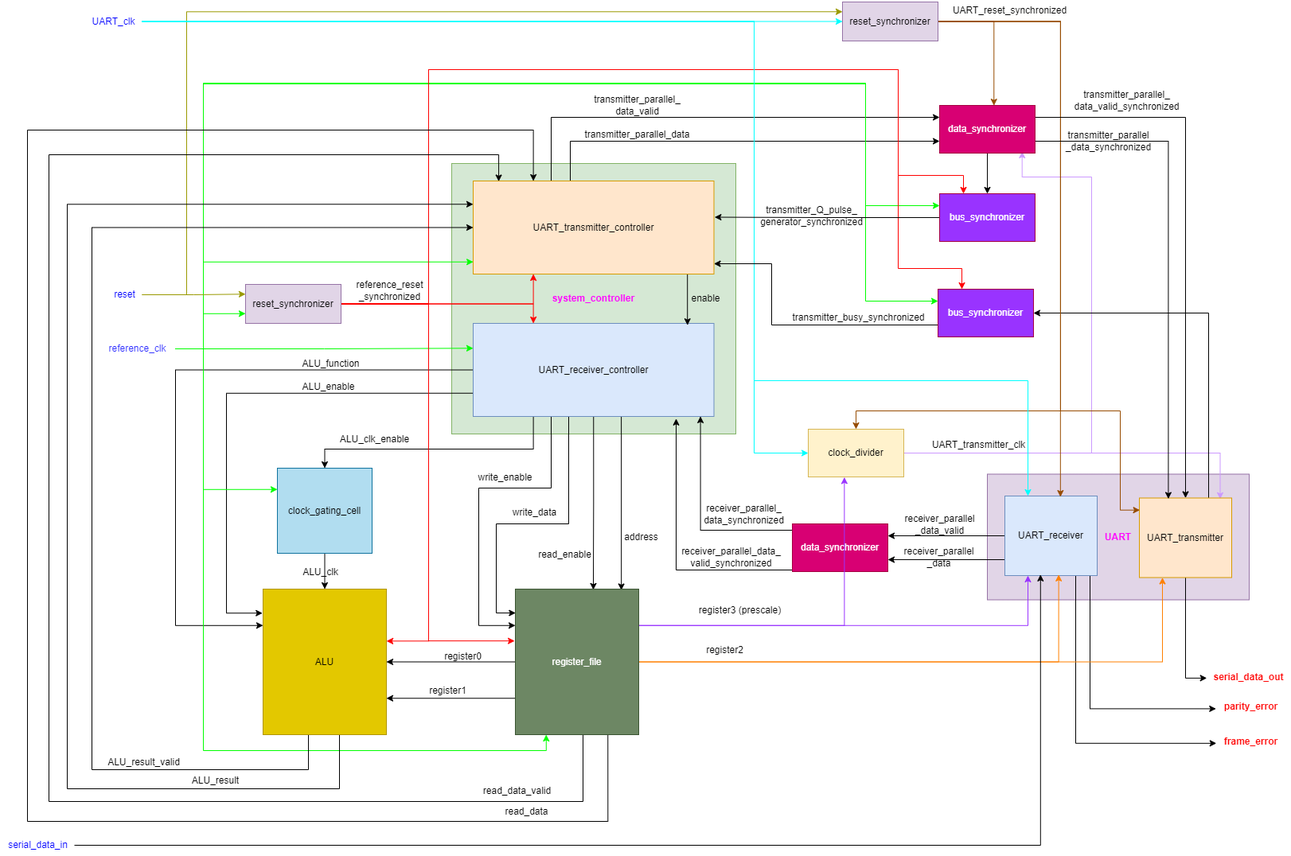
Above: docs/screenshots/system_design/system_top/system_top.png in mostafa-elgendy22/PrUcess (draw.io), before the change. Source tidied: cells renumbered, new cells last; positions are measured from the earlier drawing's top-left corner, leaving out a move shared by most shapes.
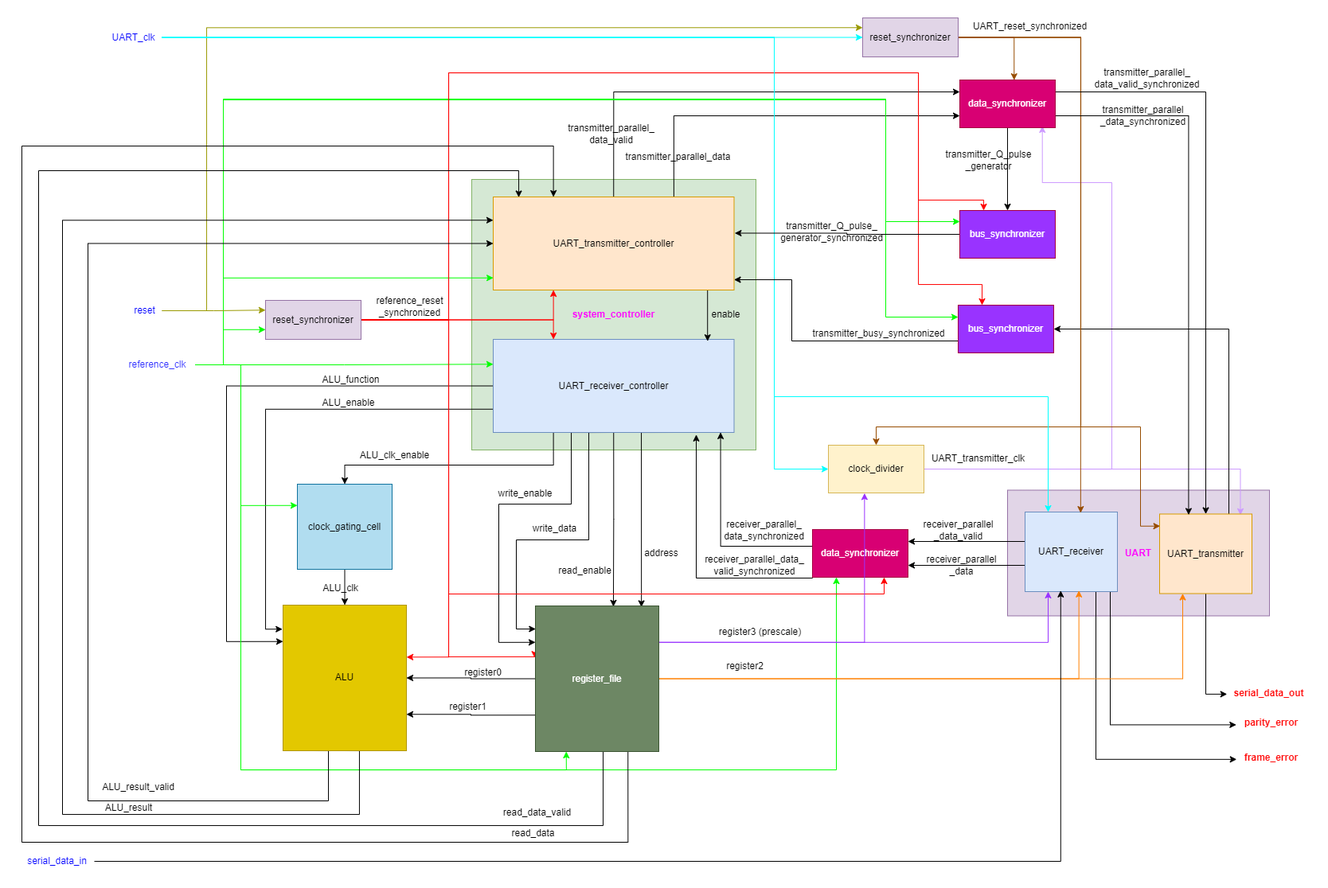
The same file after the commit.

The edit, as a diff of the source:
```diff
@@ -7,12 +7,2 @@
     </mxCell>
-    <mxCell id="3" style="edgeStyle=orthogonalEdgeStyle;rounded=0;jettySize=auto;html=1;exitX=0;exitY=0.5;exitDx=0;exitDy=0;entryX=1;entryY=0.25;entryDx=0;entryDy=0;strokeColor=#000000;fontSize=12;fontColor=#000000;endArrow=classic;endFill=1;" parent="1" edge="1" source="7" target="41">
-      <mxGeometry relative="1" as="geometry" />
-    </mxCell>
-    <mxCell id="4" style="edgeStyle=orthogonalEdgeStyle;rounded=0;jettySize=auto;html=1;exitX=0;exitY=0.75;exitDx=0;exitDy=0;entryX=1;entryY=0.75;entryDx=0;entryDy=0;strokeColor=#000000;fontSize=12;fontColor=#000000;endArrow=classic;endFill=1;" parent="1" edge="1" source="7" target="41">
-      <mxGeometry relative="1" as="geometry">
-        <Array as="points">
-          <mxPoint x="1262" y="703" />
-        </Array>
-      </mxGeometry>
-    </mxCell>
     <mxCell id="5" style="edgeStyle=orthogonalEdgeStyle;rounded=0;jettySize=auto;html=1;exitX=0.75;exitY=1;exitDx=0;exitDy=0;entryX=-0.003;entryY=0.571;entryDx=0;entryDy=0;entryPerimeter=0;strokeColor=#000000;fontSize=12;fontColor=#FF0000;endArrow=classic;endFill=1;" parent="1" edge="1" source="7" target="102">
@@ -33,2 +23,16 @@
     </mxCell>
+    <mxCell id="114" style="edgeStyle=orthogonalEdgeStyle;rounded=0;jettySize=auto;html=1;exitX=0;exitY=0.25;exitDx=0;exitDy=0;entryX=1;entryY=0.25;entryDx=0;entryDy=0;strokeColor=#000000;" parent="1" edge="1" source="7" target="41">
+      <mxGeometry relative="1" as="geometry">
+        <Array as="points">
+          <mxPoint x="1262" y="660" />
+        </Array>
+      </mxGeometry>
+    </mxCell>
+    <mxCell id="115" style="edgeStyle=orthogonalEdgeStyle;rounded=0;jettySize=auto;html=1;exitX=0;exitY=0.75;exitDx=0;exitDy=0;entryX=1;entryY=0.75;entryDx=0;entryDy=0;strokeColor=#000000;" parent="1" edge="1" source="7" target="41">
+      <mxGeometry relative="1" as="geometry">
+        <Array as="points">
+          <mxPoint x="1262" y="690" />
+        </Array>
+      </mxGeometry>
+    </mxCell>
     <mxCell id="7" value="UART_receiver" style="rounded=0;whiteSpace=wrap;html=1;fontSize=12;fillColor=#dae8fc;strokeColor=#6c8ebf;" parent="1" vertex="1">
@@ -50,4 +54,4 @@
         <Array as="points">
-          <mxPoint x="220" y="465" />
-          <mxPoint x="220" y="786" />
+          <mxPoint x="259" y="464" />
+          <mxPoint x="259" y="786" />
         </Array>
@@ -58,4 +62,4 @@
         <Array as="points">
-          <mxPoint x="284" y="494" />
-          <mxPoint x="284" y="770" />
+          <mxPoint x="308" y="494" />
+          <mxPoint x="308" y="770" />
         </Array>
@@ -96,18 +100,2 @@
     </mxCell>
-    <mxCell id="17" style="edgeStyle=orthogonalEdgeStyle;rounded=0;jettySize=auto;html=1;exitX=0.25;exitY=0;exitDx=0;exitDy=0;entryX=0;entryY=0.25;entryDx=0;entryDy=0;strokeColor=#000000;fontSize=12;fontColor=#000000;endArrow=classic;endFill=1;" parent="1" edge="1" source="20" target="83">
-      <mxGeometry relative="1" as="geometry">
-        <Array as="points">
-          <mxPoint x="692" y="227" />
-          <mxPoint x="692" y="147" />
-        </Array>
-      </mxGeometry>
-    </mxCell>
-    <mxCell id="18" style="edgeStyle=orthogonalEdgeStyle;rounded=0;jettySize=auto;html=1;exitX=0.5;exitY=0;exitDx=0;exitDy=0;entryX=0;entryY=0.75;entryDx=0;entryDy=0;strokeColor=#000000;fontSize=12;fontColor=#000000;endArrow=classic;endFill=1;" parent="1" edge="1" source="20" target="83">
-      <mxGeometry relative="1" as="geometry">
-        <Array as="points">
-          <mxPoint x="716" y="227" />
-          <mxPoint x="716" y="177" />
-        </Array>
-      </mxGeometry>
-    </mxCell>
     <mxCell id="19" style="edgeStyle=orthogonalEdgeStyle;rounded=0;jettySize=auto;html=1;exitX=0.75;exitY=1;exitDx=0;exitDy=0;entryX=0.89;entryY=0.019;entryDx=0;entryDy=0;entryPerimeter=0;strokeColor=#000000;fontSize=12;fontColor=#FF00FF;endArrow=classic;endFill=1;" parent="1" edge="1" source="20" target="16">
@@ -119,2 +107,8 @@
     </mxCell>
+    <mxCell id="116" style="edgeStyle=orthogonalEdgeStyle;rounded=0;jettySize=auto;html=1;exitX=0.5;exitY=0;exitDx=0;exitDy=0;entryX=0;entryY=0.25;entryDx=0;entryDy=0;strokeColor=#000000;" parent="1" edge="1" source="20" target="83">
+      <mxGeometry relative="1" as="geometry" />
+    </mxCell>
+    <mxCell id="117" style="edgeStyle=orthogonalEdgeStyle;rounded=0;jettySize=auto;html=1;exitX=0.75;exitY=0;exitDx=0;exitDy=0;entryX=0;entryY=0.75;entryDx=0;entryDy=0;strokeColor=#000000;" parent="1" edge="1" source="20" target="83">
+      <mxGeometry relative="1" as="geometry" />
+    </mxCell>
     <mxCell id="20" value="UART_transmitter_controller" style="rounded=0;whiteSpace=wrap;html=1;fontSize=12;fillColor=#ffe6cc;strokeColor=#d79b00;" parent="1" vertex="1">
@@ -141,4 +135,4 @@
         <Array as="points">
-          <mxPoint x="255" y="438" />
-          <mxPoint x="255" y="615" />
+          <mxPoint x="277" y="438" />
+          <mxPoint x="277" y="615" />
         </Array>
@@ -159,5 +153,5 @@
         <Array as="points">
-          <mxPoint x="255" y="438" />
-          <mxPoint x="255" y="943" />
-          <mxPoint x="686" y="943" />
+          <mxPoint x="277" y="438" />
+          <mxPoint x="277" y="947" />
+          <mxPoint x="686" y="947" />
         </Array>
@@ -185,2 +179,11 @@
     </mxCell>
+    <mxCell id="118" style="edgeStyle=orthogonalEdgeStyle;rounded=0;jettySize=auto;html=1;exitX=1;exitY=0.5;exitDx=0;exitDy=0;entryX=0.25;entryY=1;entryDx=0;entryDy=0;strokeColor=#00FF00;" parent="1" edge="1" source="28" target="41">
+      <mxGeometry relative="1" as="geometry">
+        <Array as="points">
+          <mxPoint x="277" y="438" />
+          <mxPoint x="277" y="947" />
+          <mxPoint x="1025" y="947" />
+        </Array>
+      </mxGeometry>
+    </mxCell>
     <mxCell id="28" value="&lt;font color=&quot;#3333ff&quot;&gt;reference_clk&lt;/font&gt;" style="text;html=1;strokeColor=none;fillColor=none;align=center;verticalAlign=middle;whiteSpace=wrap;rounded=0;fontSize=12;fontColor=#000000;" parent="1" vertex="1">
@@ -213,7 +216,7 @@
         <Array as="points">
-          <mxPoint x="538" y="382" />
-          <mxPoint x="538" y="87" />
-          <mxPoint x="1128" y="87" />
-          <mxPoint x="1128" y="220" />
-          <mxPoint x="1210" y="220" />
+          <mxPoint x="538" y="381" />
+          <mxPoint x="538" y="71" />
+          <mxPoint x="1128" y="71" />
+          <mxPoint x="1128" y="231" />
+          <mxPoint x="1210" y="231" />
         </Array>
@@ -224,5 +227,5 @@
         <Array as="points">
-          <mxPoint x="538" y="382" />
-          <mxPoint x="538" y="87" />
-          <mxPoint x="1128" y="87" />
+          <mxPoint x="538" y="381" />
+          <mxPoint x="538" y="71" />
+          <mxPoint x="1128" y="71" />
           <mxPoint x="1128" y="337" />
@@ -232,2 +235,11 @@
     </mxCell>
+    <mxCell id="119" style="edgeStyle=orthogonalEdgeStyle;rounded=0;jettySize=auto;html=1;exitX=1;exitY=0.5;exitDx=0;exitDy=0;entryX=0.75;entryY=1;entryDx=0;entryDy=0;strokeColor=#FF0000;" parent="1" edge="1" source="35" target="41">
+      <mxGeometry relative="1" as="geometry">
+        <Array as="points">
+          <mxPoint x="538" y="382" />
+          <mxPoint x="538" y="726" />
+          <mxPoint x="1085" y="726" />
+        </Array>
+      </mxGeometry>
+    </mxCell>
     <mxCell id="35" value="&lt;font color=&quot;#000000&quot;&gt;reset_synchronizer&lt;/font&gt;" style="rounded=0;whiteSpace=wrap;html=1;fontSize=12;fillColor=#e1d5e7;strokeColor=#9673a6;" parent="1" vertex="1">
@@ -261,4 +273,4 @@
         <Array as="points">
-          <mxPoint x="1024" y="716" />
-          <mxPoint x="849" y="716" />
+          <mxPoint x="995" y="706" />
+          <mxPoint x="849" y="706" />
         </Array>
@@ -267,6 +279,6 @@
     <mxCell id="41" value="data_synchronizer" style="rounded=0;whiteSpace=wrap;html=1;fontSize=12;fontColor=#ffffff;fillColor=#d80073;strokeColor=#A50040;" parent="1" vertex="1">
-      <mxGeometry x="995" y="658" width="120" height="60" as="geometry" />
+      <mxGeometry x="995" y="645" width="120" height="60" as="geometry" />
     </mxCell>
     <mxCell id="42" value="receiver_parallel&lt;br&gt;_data_valid" style="text;html=1;align=center;verticalAlign=middle;strokeColor=none;fillColor=none;fontSize=12;fontColor=#000000;" parent="1" vertex="1">
-      <mxGeometry x="1127" y="638" width="106" height="41" as="geometry" />
+      <mxGeometry x="1125" y="625.5" width="106" height="41" as="geometry" />
     </mxCell>
@@ -276,3 +288,3 @@
     <mxCell id="44" value="receiver_parallel_data_&lt;br&gt;valid_synchronized" style="text;html=1;align=center;verticalAlign=middle;strokeColor=none;fillColor=none;fontSize=12;fontColor=#000000;" parent="1" vertex="1">
-      <mxGeometry x="846" y="679" width="143" height="41" as="geometry" />
+      <mxGeometry x="850.5" y="669" width="143" height="41" as="geometry" />
     </mxCell>
@@ -282,5 +294,5 @@
           <mxPoint x="387" y="923" />
-          <mxPoint x="387" y="967" />
-          <mxPoint x="115" y="967" />
-          <mxPoint x="115" y="285" />
+          <mxPoint x="387" y="986" />
+          <mxPoint x="85" y="986" />
+          <mxPoint x="85" y="286" />
         </Array>
@@ -292,5 +304,5 @@
           <mxPoint x="426" y="923" />
-          <mxPoint x="426" y="991" />
-          <mxPoint x="84" y="991" />
-          <mxPoint x="84" y="256" />
+          <mxPoint x="426" y="1003" />
+          <mxPoint x="53" y="1003" />
+          <mxPoint x="53" y="256" />
         </Array>
@@ -317,5 +329,5 @@
           <mxPoint x="732" y="923" />
-          <mxPoint x="732" y="1007" />
-          <mxPoint x="61" y="1007" />
-          <mxPoint x="61" y="194" />
+          <mxPoint x="732" y="1017" />
+          <mxPoint x="23" y="1017" />
+          <mxPoint x="23" y="194" />
           <mxPoint x="626" y="194" />
@@ -327,5 +339,5 @@
         <Array as="points">
-          <mxPoint x="763" y="1032" />
-          <mxPoint x="34" y="1032" />
-          <mxPoint x="34" y="163" />
+          <mxPoint x="763" y="1038" />
+          <mxPoint x="2" y="1038" />
+          <mxPoint x="2" y="163" />
           <mxPoint x="670" y="163" />
@@ -347,3 +359,3 @@
     <mxCell id="58" value="register_file" style="rounded=0;whiteSpace=wrap;html=1;fontSize=12;fontColor=#ffffff;fillColor=#6d8764;strokeColor=#3A5431;" parent="1" vertex="1">
-      <mxGeometry x="647" y="740" width="155" height="183" as="geometry" />
+      <mxGeometry x="647" y="741" width="155" height="183" as="geometry" />
     </mxCell>
@@ -359,4 +371,4 @@
           <mxPoint x="1371" y="569" />
-          <mxPoint x="1371" y="222" />
-          <mxPoint x="1284" y="222" />
+          <mxPoint x="1371" y="209" />
+          <mxPoint x="1284" y="209" />
         </Array>
@@ -398,3 +410,3 @@
     <mxCell id="73" value="register3 (prescale)" style="text;html=1;align=center;verticalAlign=middle;strokeColor=none;fillColor=none;fontSize=12;fontColor=#000000;" parent="1" vertex="1">
-      <mxGeometry x="868" y="753.5" width="121" height="26" as="geometry" />
+      <mxGeometry x="868" y="760.5" width="121" height="26" as="geometry" />
     </mxCell>
@@ -429,3 +441,3 @@
     <mxCell id="79" value="UART_transmitter_clk" style="text;html=1;align=center;verticalAlign=middle;strokeColor=none;fillColor=none;fontSize=12;fontColor=#000000;" parent="1" vertex="1">
-      <mxGeometry x="1161" y="546" width="135" height="26" as="geometry" />
+      <mxGeometry x="1135" y="543" width="135" height="26" as="geometry" />
     </mxCell>
@@ -441,15 +453,15 @@
     <mxCell id="83" value="data_synchronizer" style="rounded=0;whiteSpace=wrap;html=1;fontSize=12;fontColor=#ffffff;fillColor=#d80073;strokeColor=#A50040;" parent="1" vertex="1">
-      <mxGeometry x="1180" y="132" width="120" height="60" as="geometry" />
+      <mxGeometry x="1180" y="80" width="120" height="60" as="geometry" />
     </mxCell>
     <mxCell id="84" value="ALU_result_valid" style="text;html=1;align=center;verticalAlign=middle;strokeColor=none;fillColor=none;fontSize=12;fontColor=#000000;" parent="1" vertex="1">
-      <mxGeometry x="125" y="945" width="109" height="26" as="geometry" />
+      <mxGeometry x="93" y="956" width="109" height="26" as="geometry" />
     </mxCell>
     <mxCell id="85" value="ALU_result" style="text;html=1;align=center;verticalAlign=middle;strokeColor=none;fillColor=none;fontSize=12;fontColor=#000000;" parent="1" vertex="1">
-      <mxGeometry x="231" y="968" width="77" height="26" as="geometry" />
+      <mxGeometry x="97" y="982" width="77" height="26" as="geometry" />
     </mxCell>
     <mxCell id="86" value="read_data_valid" style="text;html=1;align=center;verticalAlign=middle;strokeColor=none;fillColor=none;fontSize=12;fontColor=#000000;" parent="1" vertex="1">
-      <mxGeometry x="597" y="981" width="103" height="26" as="geometry" />
+      <mxGeometry x="597" y="988" width="103" height="26" as="geometry" />
     </mxCell>
     <mxCell id="87" value="read_data" style="text;html=1;align=center;verticalAlign=middle;strokeColor=none;fillColor=none;fontSize=12;fontColor=#000000;" parent="1" vertex="1">
-      <mxGeometry x="625" y="1007" width="72" height="26" as="geometry" />
+      <mxGeometry x="608" y="1014" width="72" height="26" as="geometry" />
     </mxCell>
@@ -479,15 +491,15 @@
     <mxCell id="92" value="transmitter_parallel_&lt;br&gt;data_valid" style="text;html=1;align=center;verticalAlign=middle;strokeColor=none;fillColor=none;fontSize=12;fontColor=#000000;" parent="1" vertex="1">
-      <mxGeometry x="736" y="111" width="127" height="41" as="geometry" />
+      <mxGeometry x="678" y="127" width="127" height="41" as="geometry" />
     </mxCell>
     <mxCell id="93" value="transmitter_parallel_&lt;br&gt;data_valid_synchronized" style="text;html=1;align=center;verticalAlign=middle;strokeColor=none;fillColor=none;fontSize=12;fontColor=#000000;" parent="1" vertex="1">
-      <mxGeometry x="1340" y="105" width="150" height="41" as="geometry" />
+      <mxGeometry x="1340" y="57" width="150" height="41" as="geometry" />
     </mxCell>
     <mxCell id="94" value="transmitter_parallel_data" style="text;html=1;align=center;verticalAlign=middle;strokeColor=none;fillColor=none;fontSize=12;fontColor=#000000;" parent="1" vertex="1">
-      <mxGeometry x="724.5" y="156" width="150" height="26" as="geometry" />
+      <mxGeometry x="751" y="163.5" width="150" height="26" as="geometry" />
     </mxCell>
     <mxCell id="95" value="transmitter_parallel&lt;br&gt;_data_synchronized" style="text;html=1;align=center;verticalAlign=middle;strokeColor=none;fillColor=none;fontSize=12;fontColor=#000000;" parent="1" vertex="1">
-      <mxGeometry x="1329" y="156" width="125" height="41" as="geometry" />
+      <mxGeometry x="1347" y="104" width="125" height="41" as="geometry" />
     </mxCell>
     <mxCell id="96" value="receiver_parallel&lt;br&gt;_data" style="text;html=1;align=center;verticalAlign=middle;strokeColor=none;fillColor=none;fontSize=12;fontColor=#000000;" parent="1" vertex="1">
-      <mxGeometry x="1126" y="679" width="106" height="41" as="geometry" />
+      <mxGeometry x="1129" y="669" width="106" height="41" as="geometry" />
     </mxCell>
@@ -497,3 +509,3 @@
     <mxCell id="98" value="bus_synchronizer" style="rounded=0;whiteSpace=wrap;html=1;fontSize=12;fontColor=#ffffff;fillColor=#9933FF;strokeColor=#A50040;" parent="1" vertex="1">
-      <mxGeometry x="1180" y="243" width="120" height="60" as="geometry" />
+      <mxGeometry x="1180" y="244" width="120" height="60" as="geometry" />
     </mxCell>
@@ -549,2 +561,5 @@
     </mxCell>
+    <mxCell id="120" value="transmitter_Q_pulse&lt;br&gt;_generator" style="text;html=1;align=center;verticalAlign=middle;strokeColor=none;fillColor=none;fontSize=12;fontColor=#000000;" parent="1" vertex="1">
+      <mxGeometry x="1153" y="160" width="126" height="41" as="geometry" />
+    </mxCell>
   </root>
```
